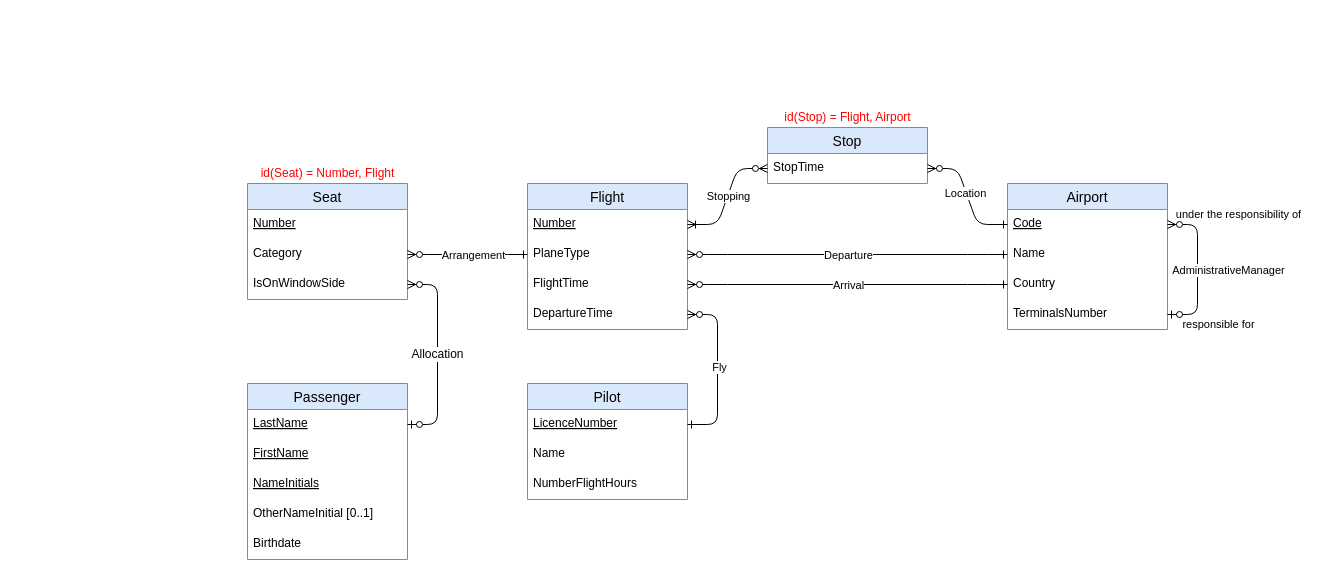
Before: schéma conceptuel .drawio in pauline-lr/Flight-manager, a draw.io diagram. Source tidied: cells renumbered, new cells numbered last; positions are measured from the earlier drawing's top-left corner, leaving out a move shared by most shapes. Both pictures are drawn from the tidied source at 100%, with x=0, y=0 at pixel (247, 107).
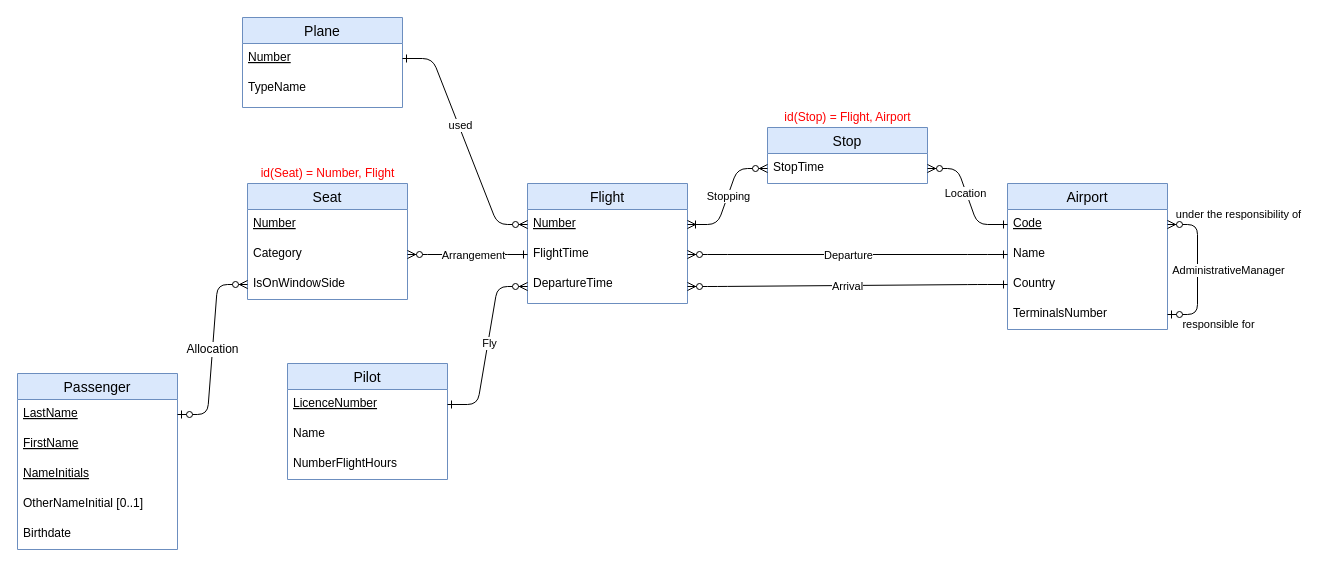
The same diagram, later.

The change refers to these unchanged cells:
```xml
<mxCell id="4" value="Category" style="text;strokeColor=none;fillColor=none;spacingLeft=4;spacingRight=4;overflow=hidden;points=[[0,0.5],[1,0.5]];portConstraint=eastwest;fontSize=12;" parent="2" vertex="1">
  <mxGeometry y="56" width="160" height="30" as="geometry" />
</mxCell>
<mxCell id="7" value="Number" style="text;strokeColor=none;fillColor=none;spacingLeft=4;spacingRight=4;overflow=hidden;points=[[0,0.5],[1,0.5]];portConstraint=eastwest;fontSize=12;fontStyle=4;" parent="6" vertex="1">
  <mxGeometry y="26" width="160" height="30" as="geometry" />
</mxCell>
<mxCell id="25" value="Name" style="text;strokeColor=none;fillColor=none;spacingLeft=4;spacingRight=4;overflow=hidden;points=[[0,0.5],[1,0.5]];portConstraint=eastwest;fontSize=12;" parent="23" vertex="1">
  <mxGeometry y="56" width="160" height="30" as="geometry" />
</mxCell>
<mxCell id="26" value="Country" style="text;strokeColor=none;fillColor=none;spacingLeft=4;spacingRight=4;overflow=hidden;points=[[0,0.5],[1,0.5]];portConstraint=eastwest;fontSize=12;" parent="23" vertex="1">
  <mxGeometry y="86" width="160" height="30" as="geometry" />
</mxCell>
```

The edit, as a diff of the source:
```diff
@@
     <mxCell id="6" value="Flight" style="swimlane;fontStyle=0;horizontal=1;startSize=26;align=center;fontSize=14;fillColor=#dae8fc;strokeColor=#6c8ebf;" parent="1" vertex="1">
-      <mxGeometry x="280" y="76" width="160" height="146" as="geometry" />
+      <mxGeometry x="280" y="76" width="160" height="120" as="geometry" />
     </mxCell>
@@
-    <mxCell id="8" value="PlaneType" style="text;strokeColor=none;fillColor=none;spacingLeft=4;spacingRight=4;overflow=hidden;points=[[0,0.5],[1,0.5]];portConstraint=eastwest;fontSize=12;" parent="6" vertex="1">
-      <mxGeometry y="56" width="160" height="30" as="geometry" />
-    </mxCell>
     <mxCell id="9" value="FlightTime" style="text;strokeColor=none;fillColor=none;spacingLeft=4;spacingRight=4;overflow=hidden;points=[[0,0.5],[1,0.5]];portConstraint=eastwest;fontSize=12;" parent="6" vertex="1">
-      <mxGeometry y="86" width="160" height="30" as="geometry" />
+      <mxGeometry y="56" width="160" height="30" as="geometry" />
     </mxCell>
     <mxCell id="10" value="DepartureTime" style="text;strokeColor=none;fillColor=none;spacingLeft=4;spacingRight=4;overflow=hidden;points=[[0,0.5],[1,0.5]];portConstraint=eastwest;fontSize=12;" parent="6" vertex="1">
-      <mxGeometry y="116" width="160" height="30" as="geometry" />
+      <mxGeometry y="86" width="160" height="34" as="geometry" />
     </mxCell>
     <mxCell id="11" value="Passenger" style="swimlane;fontStyle=0;horizontal=1;startSize=26;align=center;fontSize=14;fillColor=#dae8fc;strokeColor=#6c8ebf;" parent="1" vertex="1">
-      <mxGeometry y="276" width="160" height="176" as="geometry" />
+      <mxGeometry x="-230" y="266" width="160" height="176" as="geometry" />
     </mxCell>
@@
     <mxCell id="19" value="Pilot" style="swimlane;fontStyle=0;horizontal=1;startSize=26;align=center;fontSize=14;fillColor=#dae8fc;strokeColor=#6c8ebf;" parent="1" vertex="1">
-      <mxGeometry x="280" y="276" width="160" height="116" as="geometry" />
+      <mxGeometry x="40" y="256" width="160" height="116" as="geometry" />
     </mxCell>
@@
-    <mxCell id="33" style="edgeStyle=entityRelationEdgeStyle;fontSize=12;html=1;endArrow=ERzeroToMany;endFill=1;startArrow=ERone;startFill=0;" parent="1" edge="1" source="8" target="4">
+    <mxCell id="33" style="edgeStyle=entityRelationEdgeStyle;fontSize=12;html=1;endArrow=ERzeroToMany;endFill=1;startArrow=ERone;startFill=0;" parent="1" edge="1" source="9" target="4">
       <mxGeometry relative="1" as="geometry" />
     </mxCell>
@@
-    <mxCell id="41" style="edgeStyle=entityRelationEdgeStyle;fontSize=12;html=1;endArrow=ERzeroToMany;endFill=1;startArrow=ERone;startFill=0;" parent="1" edge="1" source="25" target="8">
+    <mxCell id="41" style="edgeStyle=entityRelationEdgeStyle;fontSize=12;html=1;endArrow=ERzeroToMany;endFill=1;startArrow=ERone;startFill=0;" parent="1" edge="1" source="25" target="9">
       <mxGeometry relative="1" as="geometry" />
     </mxCell>
@@
-    <mxCell id="43" style="edgeStyle=entityRelationEdgeStyle;fontSize=12;html=1;endArrow=ERzeroToMany;endFill=1;startArrow=ERone;startFill=0;" parent="1" edge="1" source="26" target="9">
+    <mxCell id="43" style="edgeStyle=entityRelationEdgeStyle;fontSize=12;html=1;endArrow=ERzeroToMany;endFill=1;startArrow=ERone;startFill=0;" parent="1" edge="1" source="26" target="10">
       <mxGeometry relative="1" as="geometry" />
     </mxCell>
@@
+    <mxCell id="47" value="Plane" style="swimlane;fontStyle=0;horizontal=1;startSize=26;align=center;fontSize=14;fillColor=#dae8fc;strokeColor=#6c8ebf;" parent="1" vertex="1">
+      <mxGeometry x="-5" y="-90" width="160" height="90" as="geometry" />
+    </mxCell>
+    <mxCell id="48" value="Number" style="text;strokeColor=none;fillColor=none;spacingLeft=4;spacingRight=4;overflow=hidden;points=[[0,0.5],[1,0.5]];portConstraint=eastwest;fontSize=12;fontStyle=4;" parent="47" vertex="1">
+      <mxGeometry y="26" width="160" height="30" as="geometry" />
+    </mxCell>
+    <mxCell id="49" value="TypeName" style="text;strokeColor=none;fillColor=none;spacingLeft=4;spacingRight=4;overflow=hidden;fontSize=12;" parent="47" vertex="1">
+      <mxGeometry y="56" width="160" height="34" as="geometry" />
+    </mxCell>
+    <mxCell id="50" style="edgeStyle=entityRelationEdgeStyle;fontSize=12;html=1;endArrow=ERzeroToMany;endFill=1;startArrow=ERone;startFill=0;" parent="1" edge="1" source="48" target="7">
+      <mxGeometry relative="1" as="geometry" />
+    </mxCell>
+    <mxCell id="51" value="used" style="edgeLabel;html=1;align=center;verticalAlign=middle;" parent="50" vertex="1">
+      <mxGeometry x="-0.14" y="1" relative="1" as="geometry" />
+    </mxCell>
```
